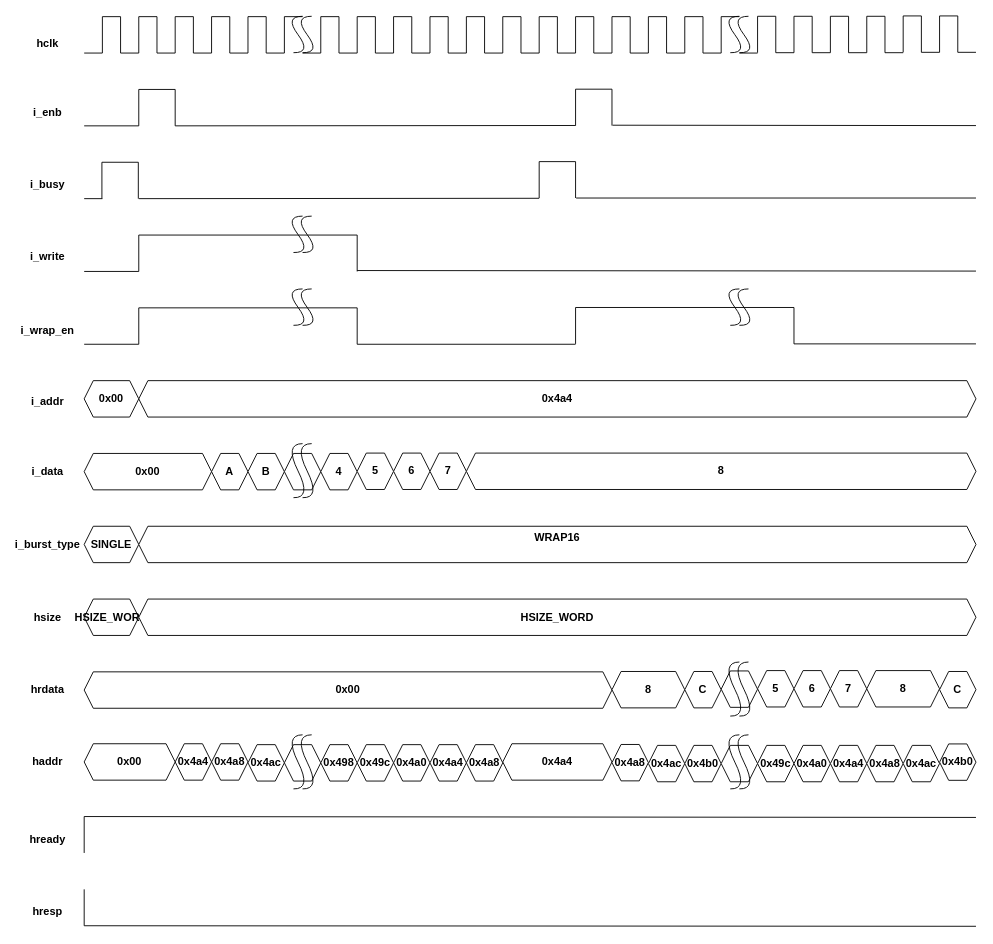
Before: page "WRAP16" (18 of 19) of AMBA AHB.drawio in 106210049/AMBA-AHB, a draw.io diagram. Source tidied: cells renumbered, new cells numbered last; positions are measured from the earlier drawing's top-left corner, leaving out a move shared by most shapes. Both pictures are drawn from the tidied source at 91%, with x=0, y=0 at pixel (20, 15).
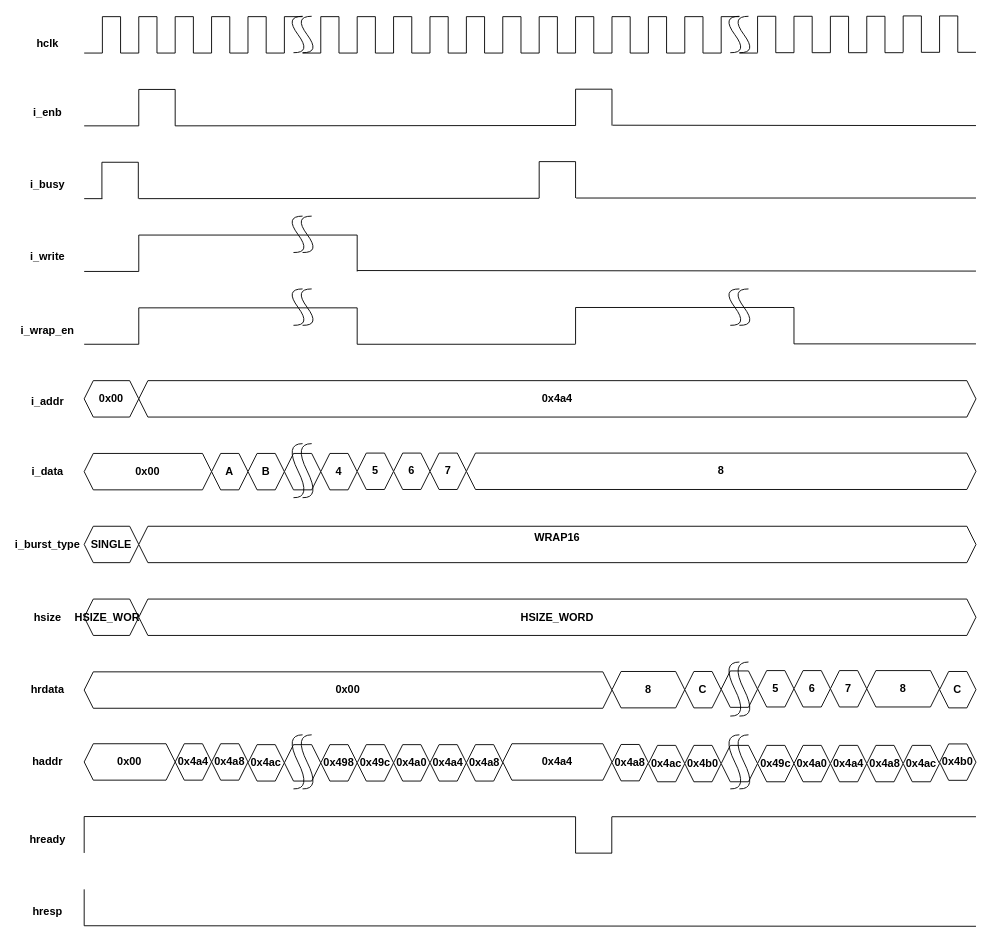
The same page after the edit.

Diff of the diagram source:
```diff
@@
     <mxCell id="121" style="endArrow=none;html=1;rounded=0;" parent="1" edge="1">
       <mxGeometry relative="1" as="geometry">
         <mxPoint x="70" y="879.8" as="sourcePoint" />
-        <mxPoint x="1050" y="880.8" as="targetPoint" />
+        <mxPoint x="610" y="880" as="targetPoint" />
       </mxGeometry>
     </mxCell>
@@
+    <mxCell id="213" style="endArrow=none;html=1;rounded=0;" parent="1" edge="1">
+      <mxGeometry relative="1" as="geometry">
+        <mxPoint x="610" y="920" as="sourcePoint" />
+        <mxPoint x="610" y="880" as="targetPoint" />
+      </mxGeometry>
+    </mxCell>
+    <mxCell id="214" style="endArrow=none;html=1;rounded=0;" parent="1" edge="1">
+      <mxGeometry relative="1" as="geometry">
+        <mxPoint x="610" y="920" as="sourcePoint" />
+        <mxPoint x="650" y="920" as="targetPoint" />
+      </mxGeometry>
+    </mxCell>
+    <mxCell id="215" style="endArrow=none;html=1;rounded=0;" parent="1" edge="1">
+      <mxGeometry relative="1" as="geometry">
+        <mxPoint x="649.8" y="920" as="sourcePoint" />
+        <mxPoint x="649.8" y="880" as="targetPoint" />
+      </mxGeometry>
+    </mxCell>
+    <mxCell id="216" style="endArrow=none;html=1;rounded=0;" parent="1" edge="1">
+      <mxGeometry relative="1" as="geometry">
+        <mxPoint x="650" y="880" as="sourcePoint" />
+        <mxPoint x="1050" y="880" as="targetPoint" />
+      </mxGeometry>
+    </mxCell>
```
